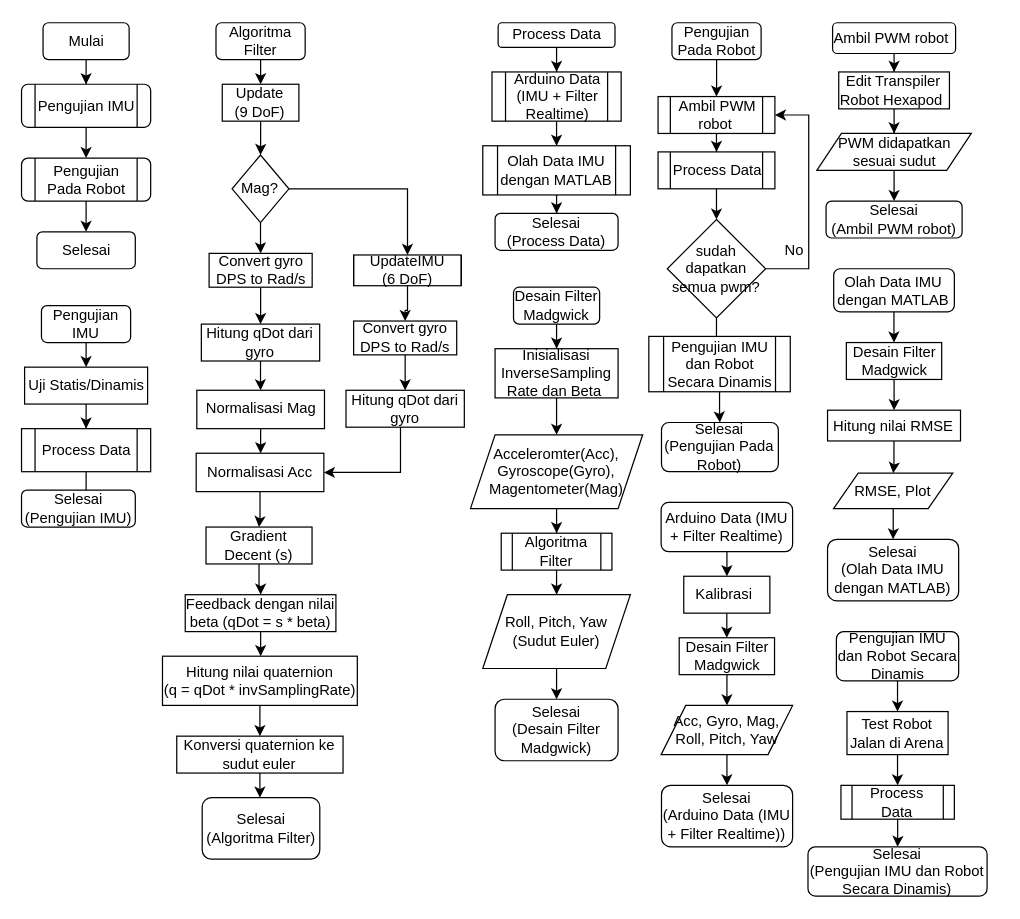
This is Graph/flowchart.drawio from utamadonny/AHRS-MKF, a draw.io file, before an edit. Source tidied: cells renumbered, new cells numbered last; positions are measured from the earlier drawing's top-left corner, leaving out a move shared by most shapes. Both pictures are drawn from the tidied source at 123%, with x=0, y=0 at pixel (21, 22).
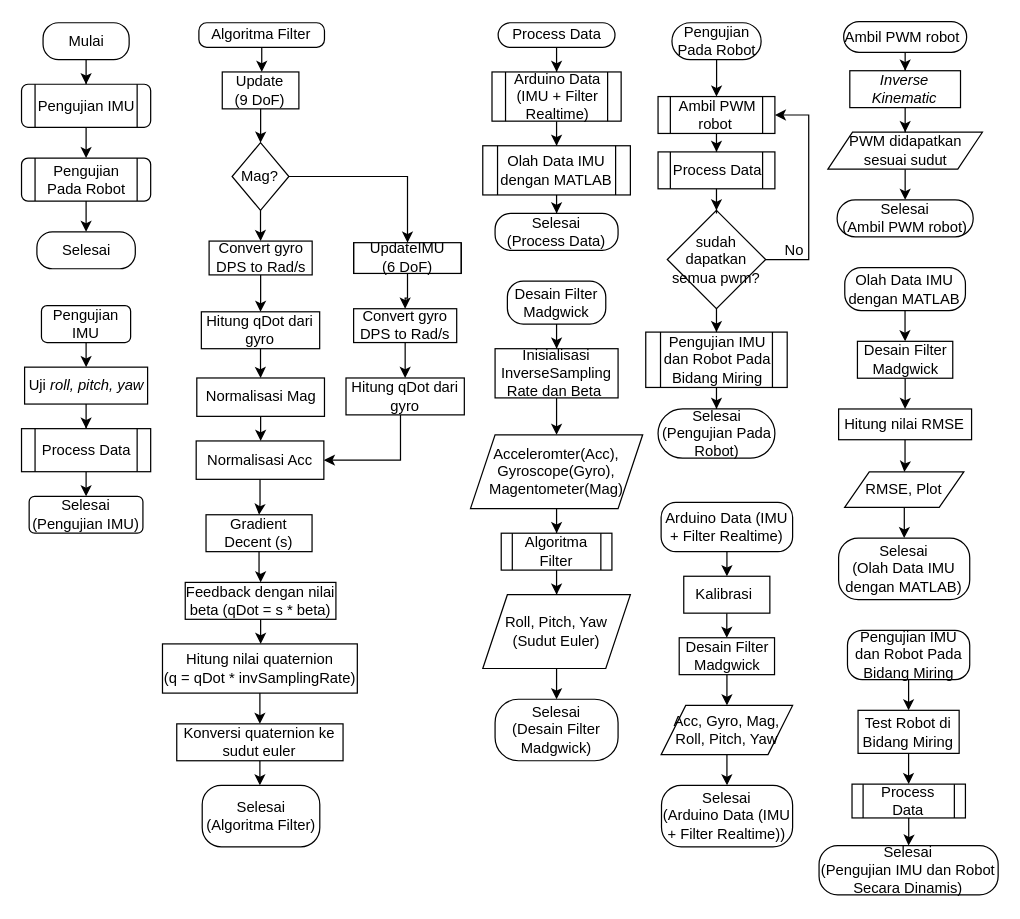
Above is the later version.

The change refers to these unchanged cells:
```xml
<mxCell id="11" value="Ambil PWM robot&amp;nbsp;" style="shape=process;whiteSpace=wrap;html=1;backgroundOutline=1;" parent="1" vertex="1">
  <mxGeometry x="517.5" y="60" width="95" height="30" as="geometry" />
</mxCell>
```

The edit, as a diff of the source:
```diff
@@
-    <mxCell id="3" value="Desain Filter Madgwick" style="rounded=1;whiteSpace=wrap;html=1;" parent="1" vertex="1">
-      <mxGeometry x="400" y="215" width="70" height="30" as="geometry" />
+    <mxCell id="3" value="Desain Filter Madgwick" style="rounded=1;whiteSpace=wrap;html=1;arcSize=37;" parent="1" vertex="1">
+      <mxGeometry x="395" y="210" width="80" height="35" as="geometry" />
     </mxCell>
@@
-    <mxCell id="9" value="Pengujian Pada Robot" style="rounded=1;whiteSpace=wrap;html=1;" parent="1" vertex="1">
+    <mxCell id="9" value="Pengujian Pada Robot" style="rounded=1;whiteSpace=wrap;html=1;arcSize=50;" parent="1" vertex="1">
       <mxGeometry x="528.8" width="72.5" height="30" as="geometry" />
     </mxCell>
@@
     <mxCell id="13" value="PWM didapatkan sesuai sudut" style="shape=parallelogram;perimeter=parallelogramPerimeter;whiteSpace=wrap;html=1;fixedSize=1;" parent="1" vertex="1">
-      <mxGeometry x="646.6" y="90" width="125.6" height="30" as="geometry" />
+      <mxGeometry x="655.6" y="89" width="125.6" height="30" as="geometry" />
     </mxCell>
     <mxCell id="14" style="edgeStyle=orthogonalEdgeStyle;rounded=0;jettySize=auto;html=1;entryX=1;entryY=0.5;entryDx=0;entryDy=0;exitX=1;exitY=0.5;exitDx=0;exitDy=0;" parent="1" edge="1" source="16" target="11">
       <mxGeometry relative="1" as="geometry">
         <Array as="points">
-          <mxPoint x="640" y="200" />
+          <mxPoint x="640" y="193" />
           <mxPoint x="640" y="75" />
         </Array>
       </mxGeometry>
     </mxCell>
@@
     <mxCell id="16" value="sudah dapatkan semua pwm?&lt;br&gt;" style="rhombus;whiteSpace=wrap;html=1;" parent="1" vertex="1">
-      <mxGeometry x="525" y="160" width="80" height="80" as="geometry" />
+      <mxGeometry x="525" y="152.5" width="80" height="80" as="geometry" />
     </mxCell>
@@
-    <mxCell id="19" value="Mulai" style="rounded=1;whiteSpace=wrap;html=1;" parent="1" vertex="1">
+    <mxCell id="19" value="Mulai" style="rounded=1;whiteSpace=wrap;html=1;arcSize=42;" parent="1" vertex="1">
       <mxGeometry x="17.5" width="70" height="30" as="geometry" />
     </mxCell>
@@
-    <mxCell id="23" value="Pengujian IMU dan Robot Secara Dinamis" style="shape=process;whiteSpace=wrap;html=1;backgroundOutline=1;" parent="1" vertex="1">
-      <mxGeometry x="510" y="255" width="115" height="45" as="geometry" />
+    <mxCell id="23" value="Pengujian IMU dan Robot Pada Bidang Miring" style="shape=process;whiteSpace=wrap;html=1;backgroundOutline=1;" parent="1" vertex="1">
+      <mxGeometry x="507.5" y="251.5" width="115" height="45" as="geometry" />
     </mxCell>
@@
-    <mxCell id="25" value="Process Data" style="rounded=1;whiteSpace=wrap;html=1;" parent="1" vertex="1">
+    <mxCell id="25" value="Process Data" style="rounded=1;whiteSpace=wrap;html=1;arcSize=50;" parent="1" vertex="1">
       <mxGeometry x="387.5" width="95" height="20" as="geometry" />
     </mxCell>
@@
-    <mxCell id="37" value="Uji Statis/Dinamis" style="rounded=0;whiteSpace=wrap;html=1;" parent="1" vertex="1">
+    <mxCell id="37" value="Uji &lt;i&gt;roll, pitch, yaw&lt;/i&gt;" style="rounded=0;whiteSpace=wrap;html=1;" parent="1" vertex="1">
       <mxGeometry x="2.5" y="280" width="100" height="30" as="geometry" />
     </mxCell>
@@
     <mxCell id="40" value="Selesai&lt;br&gt;(Pengujian IMU)" style="whiteSpace=wrap;html=1;rounded=1;" parent="1" vertex="1">
-      <mxGeometry y="380" width="92.5" height="30" as="geometry" />
+      <mxGeometry x="6.2" y="385" width="92.5" height="30" as="geometry" />
     </mxCell>
@@
-    <mxCell id="43" value="Selesai&lt;br&gt;(Pengujian Pada Robot)" style="whiteSpace=wrap;html=1;rounded=1;" parent="1" vertex="1">
-      <mxGeometry x="520.3" y="325" width="95" height="40" as="geometry" />
+    <mxCell id="43" value="Selesai&lt;br&gt;(Pengujian Pada Robot)" style="whiteSpace=wrap;html=1;rounded=1;arcSize=50;" parent="1" vertex="1">
+      <mxGeometry x="517.5" y="314" width="95" height="40" as="geometry" />
     </mxCell>
-    <mxCell id="44" value="Selesai&lt;br&gt;(Process Data)" style="whiteSpace=wrap;html=1;rounded=1;" parent="1" vertex="1">
+    <mxCell id="44" value="Selesai&lt;br&gt;(Process Data)" style="whiteSpace=wrap;html=1;rounded=1;arcSize=43;" parent="1" vertex="1">
       <mxGeometry x="385" y="155" width="100" height="30" as="geometry" />
     </mxCell>
-    <mxCell id="45" value="Selesai&lt;br&gt;(Desain Filter Madgwick)" style="whiteSpace=wrap;html=1;rounded=1;" parent="1" vertex="1">
+    <mxCell id="45" value="Selesai&lt;br&gt;(Desain Filter Madgwick)" style="whiteSpace=wrap;html=1;rounded=1;arcSize=38;" parent="1" vertex="1">
       <mxGeometry x="385" y="550" width="100" height="50" as="geometry" />
     </mxCell>
-    <mxCell id="46" value="Selesai" style="whiteSpace=wrap;html=1;rounded=1;" parent="1" vertex="1">
+    <mxCell id="46" value="Selesai" style="whiteSpace=wrap;html=1;rounded=1;arcSize=42;" parent="1" vertex="1">
       <mxGeometry x="12.5" y="170" width="80" height="30" as="geometry" />
     </mxCell>
@@
-    <mxCell id="48" value="Ambil PWM robot&amp;nbsp;" style="rounded=1;whiteSpace=wrap;html=1;arcSize=15;" parent="1" vertex="1">
-      <mxGeometry x="659.4" width="100" height="25" as="geometry" />
+    <mxCell id="48" value="Ambil PWM robot&amp;nbsp;" style="rounded=1;whiteSpace=wrap;html=1;arcSize=50;" parent="1" vertex="1">
+      <mxGeometry x="668.4" y="-1" width="100" height="25" as="geometry" />
     </mxCell>
-    <mxCell id="49" value="Selesai&lt;br&gt;(Ambil PWM robot)" style="whiteSpace=wrap;html=1;rounded=1;" parent="1" vertex="1">
-      <mxGeometry x="654.1" y="145" width="110.6" height="30" as="geometry" />
+    <mxCell id="49" value="Selesai&lt;br&gt;(Ambil PWM robot)" style="whiteSpace=wrap;html=1;rounded=1;arcSize=49;" parent="1" vertex="1">
+      <mxGeometry x="663.1" y="144" width="110.6" height="30" as="geometry" />
     </mxCell>
@@
     <mxCell id="51" value="Update&lt;br&gt;(9 DoF)" style="rounded=1;whiteSpace=wrap;html=1;arcSize=0;" parent="1" vertex="1">
-      <mxGeometry x="163.2" y="50" width="62.3" height="30" as="geometry" />
+      <mxGeometry x="163.2" y="40" width="62.3" height="30" as="geometry" />
     </mxCell>
@@
-    <mxCell id="53" value="Edit Transpiler Robot Hexapod&amp;nbsp;" style="rounded=0;whiteSpace=wrap;html=1;" parent="1" vertex="1">
-      <mxGeometry x="664.4" y="40" width="90" height="30" as="geometry" />
+    <mxCell id="53" value="&lt;i&gt;Inverse Kinematic&lt;/i&gt;" style="rounded=0;whiteSpace=wrap;html=1;" parent="1" vertex="1">
+      <mxGeometry x="673.4" y="39" width="90" height="30" as="geometry" />
     </mxCell>
@@
     <mxCell id="58" value="Mag?" style="rhombus;whiteSpace=wrap;html=1;rounded=1;arcSize=0;" parent="1" vertex="1">
-      <mxGeometry x="171.2" y="107.5" width="46.2" height="55" as="geometry" />
+      <mxGeometry x="171.2" y="97.5" width="46.2" height="55" as="geometry" />
     </mxCell>
@@
     <mxCell id="60" value="UpdateIMU&lt;br&gt;(6 DoF)" style="shape=process;whiteSpace=wrap;html=1;backgroundOutline=1;size=0;" parent="1" vertex="1">
-      <mxGeometry x="270" y="188.8" width="87.5" height="25" as="geometry" />
+      <mxGeometry x="270" y="178.8" width="87.5" height="25" as="geometry" />
     </mxCell>
@@
     <mxCell id="62" value="Convert gyro DPS to Rad/s" style="rounded=1;whiteSpace=wrap;html=1;arcSize=0;" parent="1" vertex="1">
-      <mxGeometry x="152.5" y="187.5" width="83.8" height="27.5" as="geometry" />
+      <mxGeometry x="152.5" y="177.5" width="83.8" height="27.5" as="geometry" />
     </mxCell>
@@
     <mxCell id="64" value="Normalisasi Mag" style="whiteSpace=wrap;html=1;rounded=1;arcSize=0;" parent="1" vertex="1">
-      <mxGeometry x="142.5" y="298.8" width="103.8" height="31.2" as="geometry" />
+      <mxGeometry x="142.5" y="288.8" width="103.8" height="31.2" as="geometry" />
     </mxCell>
@@
     <mxCell id="66" value="Gradient Decent (s)" style="whiteSpace=wrap;html=1;rounded=1;arcSize=0;" parent="1" vertex="1">
-      <mxGeometry x="150" y="410" width="86.2" height="30" as="geometry" />
+      <mxGeometry x="150" y="400" width="86.2" height="30" as="geometry" />
     </mxCell>
@@
     <mxCell id="68" value="Hitung qDot dari gyro" style="whiteSpace=wrap;html=1;rounded=1;arcSize=0;" parent="1" vertex="1">
-      <mxGeometry x="146.2" y="245" width="96.2" height="30" as="geometry" />
+      <mxGeometry x="146.2" y="235" width="96.2" height="30" as="geometry" />
     </mxCell>
@@
     <mxCell id="70" value="Feedback dengan nilai beta (qDot = s * beta)" style="whiteSpace=wrap;html=1;rounded=1;arcSize=0;" parent="1" vertex="1">
-      <mxGeometry x="133.1" y="465" width="122.5" height="30" as="geometry" />
+      <mxGeometry x="133.1" y="455" width="122.5" height="30" as="geometry" />
     </mxCell>
@@
     <mxCell id="72" value="Hitung nilai quaternion&lt;br&gt;(q = qDot * invSamplingRate)" style="rounded=1;whiteSpace=wrap;html=1;arcSize=0;" parent="1" vertex="1">
-      <mxGeometry x="114.6" y="515" width="158.4" height="40" as="geometry" />
+      <mxGeometry x="114.6" y="505" width="158.4" height="40" as="geometry" />
     </mxCell>
@@
     <mxCell id="74" value="Konversi quaternion ke sudut euler" style="rounded=1;whiteSpace=wrap;html=1;arcSize=0;" parent="1" vertex="1">
-      <mxGeometry x="126.2" y="580" width="135.2" height="30" as="geometry" />
+      <mxGeometry x="126.2" y="570" width="135.2" height="30" as="geometry" />
     </mxCell>
-    <mxCell id="75" value="Selesai (Algoritma Filter)" style="whiteSpace=wrap;html=1;rounded=1;" parent="1" vertex="1">
-      <mxGeometry x="146.9" y="630" width="95.6" height="50" as="geometry" />
+    <mxCell id="75" value="Selesai (Algoritma Filter)" style="whiteSpace=wrap;html=1;rounded=1;arcSize=31;" parent="1" vertex="1">
+      <mxGeometry x="146.9" y="620" width="95.6" height="50" as="geometry" />
     </mxCell>
@@
     <mxCell id="77" value="Normalisasi Acc" style="whiteSpace=wrap;html=1;rounded=1;arcSize=0;" parent="1" vertex="1">
-      <mxGeometry x="142" y="350" width="103.8" height="31.2" as="geometry" />
+      <mxGeometry x="142" y="340" width="103.8" height="31.2" as="geometry" />
     </mxCell>
@@
-    <mxCell id="79" value="Algoritma Filter" style="rounded=1;whiteSpace=wrap;html=1;" parent="1" vertex="1">
-      <mxGeometry x="158.1" width="72.5" height="30" as="geometry" />
+    <mxCell id="79" value="Algoritma Filter" style="rounded=1;whiteSpace=wrap;html=1;arcSize=32;" parent="1" vertex="1">
+      <mxGeometry x="144.2" width="102.1" height="20" as="geometry" />
     </mxCell>
@@
     <mxCell id="81" value="Convert gyro DPS to Rad/s" style="rounded=1;whiteSpace=wrap;html=1;arcSize=0;" parent="1" vertex="1">
-      <mxGeometry x="270" y="242.5" width="83.8" height="27.5" as="geometry" />
+      <mxGeometry x="270" y="232.5" width="83.8" height="27.5" as="geometry" />
     </mxCell>
     <mxCell id="82" style="edgeStyle=orthogonalEdgeStyle;rounded=0;jettySize=auto;html=1;entryX=1;entryY=0.5;entryDx=0;entryDy=0;" parent="1" edge="1" source="83" target="77">
       <mxGeometry relative="1" as="geometry">
         <Array as="points">
-          <mxPoint x="308.1" y="366" />
+          <mxPoint x="308.1" y="356" />
         </Array>
       </mxGeometry>
     </mxCell>
     <mxCell id="83" value="Hitung qDot dari gyro" style="whiteSpace=wrap;html=1;rounded=1;arcSize=0;" parent="1" vertex="1">
-      <mxGeometry x="263.8" y="298.8" width="96.2" height="30" as="geometry" />
+      <mxGeometry x="263.8" y="288.8" width="96.2" height="30" as="geometry" />
     </mxCell>
@@
-    <mxCell id="85" value="Olah Data IMU dengan MATLAB" style="rounded=1;whiteSpace=wrap;html=1;arcSize=15;" parent="1" vertex="1">
-      <mxGeometry x="660.3" y="200" width="98.1" height="35" as="geometry" />
+    <mxCell id="85" value="Olah Data IMU dengan MATLAB" style="rounded=1;whiteSpace=wrap;html=1;arcSize=38;" parent="1" vertex="1">
+      <mxGeometry x="669.3" y="199" width="98.1" height="35" as="geometry" />
     </mxCell>
@@
-    <mxCell id="89" value="Arduino Data (IMU + Filter Realtime)" style="rounded=1;whiteSpace=wrap;html=1;arcSize=15;" parent="1" vertex="1">
+    <mxCell id="89" value="Arduino Data (IMU + Filter Realtime)" style="rounded=1;whiteSpace=wrap;html=1;arcSize=30;" parent="1" vertex="1">
       <mxGeometry x="520" y="390" width="106.9" height="40" as="geometry" />
     </mxCell>
@@
-    <mxCell id="94" value="Selesai&lt;br&gt;(Arduino Data (IMU + Filter Realtime))" style="whiteSpace=wrap;html=1;rounded=1;" parent="1" vertex="1">
+    <mxCell id="94" value="Selesai&lt;br&gt;(Arduino Data (IMU + Filter Realtime))" style="whiteSpace=wrap;html=1;rounded=1;arcSize=32;" parent="1" vertex="1">
       <mxGeometry x="520.3" y="620" width="106.6" height="50" as="geometry" />
     </mxCell>
@@
     <mxCell id="96" value="Desain Filter Madgwick" style="rounded=1;whiteSpace=wrap;html=1;arcSize=0;" parent="1" vertex="1">
-      <mxGeometry x="670.6" y="260" width="77.5" height="30" as="geometry" />
+      <mxGeometry x="679.6" y="259" width="77.5" height="30" as="geometry" />
     </mxCell>
@@
     <mxCell id="98" value="Hitung nilai RMSE" style="whiteSpace=wrap;html=1;rounded=1;arcSize=0;" parent="1" vertex="1">
-      <mxGeometry x="655.3" y="315" width="108.1" height="25" as="geometry" />
+      <mxGeometry x="664.3" y="314" width="108.1" height="25" as="geometry" />
     </mxCell>
@@
     <mxCell id="100" value="RMSE, Plot" style="shape=parallelogram;perimeter=parallelogramPerimeter;whiteSpace=wrap;html=1;fixedSize=1;rounded=1;arcSize=0;" parent="1" vertex="1">
-      <mxGeometry x="660.2" y="366.2" width="96.9" height="28.8" as="geometry" />
+      <mxGeometry x="669.2" y="365.2" width="96.9" height="28.8" as="geometry" />
     </mxCell>
-    <mxCell id="101" value="Selesai&lt;br&gt;(Olah Data IMU dengan MATLAB)" style="whiteSpace=wrap;html=1;rounded=1;" parent="1" vertex="1">
-      <mxGeometry x="655.3" y="420" width="106.6" height="50" as="geometry" />
+    <mxCell id="101" value="Selesai&lt;br&gt;(Olah Data IMU dengan MATLAB)" style="whiteSpace=wrap;html=1;rounded=1;arcSize=32;" parent="1" vertex="1">
+      <mxGeometry x="664.3" y="419" width="106.6" height="50" as="geometry" />
     </mxCell>
@@
-    <mxCell id="103" value="Pengujian IMU dan Robot Secara Dinamis" style="rounded=1;whiteSpace=wrap;html=1;arcSize=15;" parent="1" vertex="1">
-      <mxGeometry x="662.5" y="495" width="99.4" height="40" as="geometry" />
+    <mxCell id="103" value="Pengujian IMU dan Robot Pada Bidang Miring" style="rounded=1;whiteSpace=wrap;html=1;arcSize=30;" parent="1" vertex="1">
+      <mxGeometry x="671.5" y="494" width="99.4" height="40" as="geometry" />
     </mxCell>
@@
-    <mxCell id="105" value="Test Robot Jalan di Arena" style="whiteSpace=wrap;html=1;rounded=1;arcSize=0;" parent="1" vertex="1">
-      <mxGeometry x="671.1" y="560" width="82.2" height="35" as="geometry" />
+    <mxCell id="105" value="Test Robot di Bidang Miring" style="whiteSpace=wrap;html=1;rounded=1;arcSize=0;" parent="1" vertex="1">
+      <mxGeometry x="680.1" y="559" width="82.2" height="35" as="geometry" />
     </mxCell>
@@
     <mxCell id="107" value="Process Data" style="shape=process;whiteSpace=wrap;html=1;backgroundOutline=1;rounded=1;arcSize=0;" parent="1" vertex="1">
-      <mxGeometry x="666.2" y="620" width="92.2" height="27.5" as="geometry" />
+      <mxGeometry x="675.2" y="619" width="92.2" height="27.5" as="geometry" />
     </mxCell>
-    <mxCell id="108" value="Selesai&lt;br&gt;(Pengujian IMU dan Robot Secara Dinamis)" style="whiteSpace=wrap;html=1;rounded=1;" parent="1" vertex="1">
-      <mxGeometry x="639.4" y="670" width="145.6" height="40" as="geometry" />
+    <mxCell id="108" value="Selesai&lt;br&gt;(Pengujian IMU dan Robot Secara Dinamis)" style="whiteSpace=wrap;html=1;rounded=1;arcSize=38;" parent="1" vertex="1">
+      <mxGeometry x="648.4" y="669" width="145.6" height="40" as="geometry" />
     </mxCell>
```
